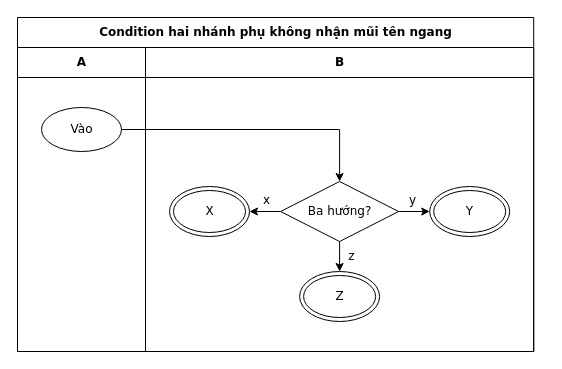
The draw.io diagram conformance/golden/cases/41-place-condition-needs-sides.drawio in luytbq/flowcast, before the edit. Source tidied: cells renumbered, new cells numbered last; positions are measured from the earlier drawing's top-left corner, leaving out a move shared by most shapes. Both pictures are drawn from the tidied source at 100%, with x=0, y=0 at pixel (17, 17).
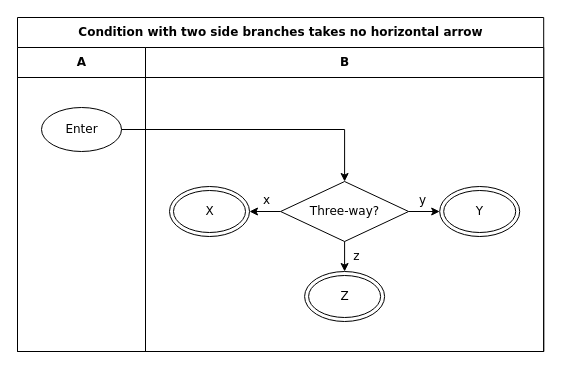
Above is the later version.

Diff of the diagram source:
```diff
@@
 <mxGraphModel>
   <root>
     <mxCell id="0" />
     <mxCell id="1" parent="0" />
-    <mxCell id="2" value="Condition hai nhánh phụ không nhận mũi tên ngang" style="swimlane;html=1;startSize=30;fontStyle=1;fontFamily=Verdana;fontSize=12;flowtable=1;" parent="1" vertex="1">
-      <mxGeometry width="516.2" height="334" as="geometry" />
+    <mxCell id="2" value="Condition with two side branches takes no horizontal arrow" style="swimlane;html=1;startSize=30;fontStyle=1;fontFamily=Verdana;fontSize=12;flowtable=1;" parent="1" vertex="1">
+      <mxGeometry width="526.2" height="334" as="geometry" />
     </mxCell>
     <mxCell id="3" value="A" style="swimlane;html=1;startSize=30;fontFamily=Verdana;fontSize=12;flowtable=1;" parent="2" vertex="1">
       <mxGeometry y="30" width="128" height="304" as="geometry" />
     </mxCell>
     <mxCell id="4" value="B" style="swimlane;html=1;startSize=30;fontFamily=Verdana;fontSize=12;flowtable=1;" parent="2" vertex="1">
-      <mxGeometry x="128" y="30" width="388.2" height="304" as="geometry" />
+      <mxGeometry x="128" y="30" width="398.2" height="304" as="geometry" />
     </mxCell>
-    <mxCell id="5" value="Vào" style="ellipse;html=1;fontFamily=Verdana;fontSize=12;flowtable=1;" parent="3" vertex="1">
+    <mxCell id="5" value="Enter" style="ellipse;html=1;fontFamily=Verdana;fontSize=12;flowtable=1;" parent="3" vertex="1">
       <mxGeometry x="24" y="60" width="80" height="44" as="geometry" />
     </mxCell>
-    <mxCell id="6" value="Ba hướng?" style="rhombus;html=1;fontFamily=Verdana;fontSize=12;flowtable=1;" parent="4" vertex="1">
-      <mxGeometry x="135.1" y="134" width="118" height="60" as="geometry" />
+    <mxCell id="6" value="Three-way?" style="rhombus;html=1;fontFamily=Verdana;fontSize=12;flowtable=1;" parent="4" vertex="1">
+      <mxGeometry x="135.1" y="134" width="128" height="60" as="geometry" />
     </mxCell>
     <mxCell id="7" value="X" style="shape=doubleEllipse;html=1;fontFamily=Verdana;fontSize=12;flowtable=1;" parent="4" vertex="1">
       <mxGeometry x="24" y="139" width="80" height="50" as="geometry" />
     </mxCell>
     <mxCell id="8" value="Y" style="shape=doubleEllipse;html=1;fontFamily=Verdana;fontSize=12;flowtable=1;" parent="4" vertex="1">
-      <mxGeometry x="284.2" y="139" width="80" height="50" as="geometry" />
+      <mxGeometry x="294.2" y="139" width="80" height="50" as="geometry" />
     </mxCell>
     <mxCell id="9" value="Z" style="shape=doubleEllipse;html=1;fontFamily=Verdana;fontSize=12;flowtable=1;" parent="4" vertex="1">
-      <mxGeometry x="154.1" y="224" width="80" height="50" as="geometry" />
+      <mxGeometry x="159.1" y="224" width="80" height="50" as="geometry" />
     </mxCell>
     <mxCell id="10" style="edgeStyle=orthogonalEdgeStyle;rounded=0;jettySize=auto;html=1;labelBackgroundColor=default;exitX=1;exitY=0.5;exitDx=0;exitDy=0;entryX=0.5;entryY=0;entryDx=0;entryDy=0;fontFamily=Verdana;fontSize=12;flowtable=1;" parent="2" edge="1" source="5" target="6">
       <mxGeometry relative="1" as="geometry">
         <Array as="points">
-          <mxPoint x="322.1" y="112" />
+          <mxPoint x="327.1" y="112" />
         </Array>
       </mxGeometry>
     </mxCell>
     <mxCell id="11" value="x" style="edgeStyle=orthogonalEdgeStyle;rounded=0;jettySize=auto;html=1;labelBackgroundColor=default;exitX=0;exitY=0.5;exitDx=0;exitDy=0;entryX=1;entryY=0.5;entryDx=0;entryDy=0;fontFamily=Verdana;fontSize=12;flowtable=1;" parent="2" edge="1" source="6" target="7">
       <mxGeometry x="-0.13" relative="1" as="geometry">
         <mxPoint y="-11.5" as="offset" />
       </mxGeometry>
     </mxCell>
     <mxCell id="12" value="y" style="edgeStyle=orthogonalEdgeStyle;rounded=0;jettySize=auto;html=1;labelBackgroundColor=default;exitX=1;exitY=0.5;exitDx=0;exitDy=0;entryX=0;entryY=0.5;entryDx=0;entryDy=0;fontFamily=Verdana;fontSize=12;flowtable=1;" parent="2" edge="1" source="6" target="8">
       <mxGeometry x="-0.13" relative="1" as="geometry">
         <mxPoint y="-11.5" as="offset" />
       </mxGeometry>
     </mxCell>
     <mxCell id="13" value="z" style="edgeStyle=orthogonalEdgeStyle;rounded=0;jettySize=auto;html=1;labelBackgroundColor=default;exitX=0.5;exitY=1;exitDx=0;exitDy=0;entryX=0.5;entryY=0;entryDx=0;entryDy=0;fontFamily=Verdana;fontSize=12;flowtable=1;" parent="2" edge="1" source="6" target="9">
       <mxGeometry x="-0.03" relative="1" as="geometry">
         <mxPoint x="12.2" as="offset" />
       </mxGeometry>
     </mxCell>
   </root>
 </mxGraphModel>
```
